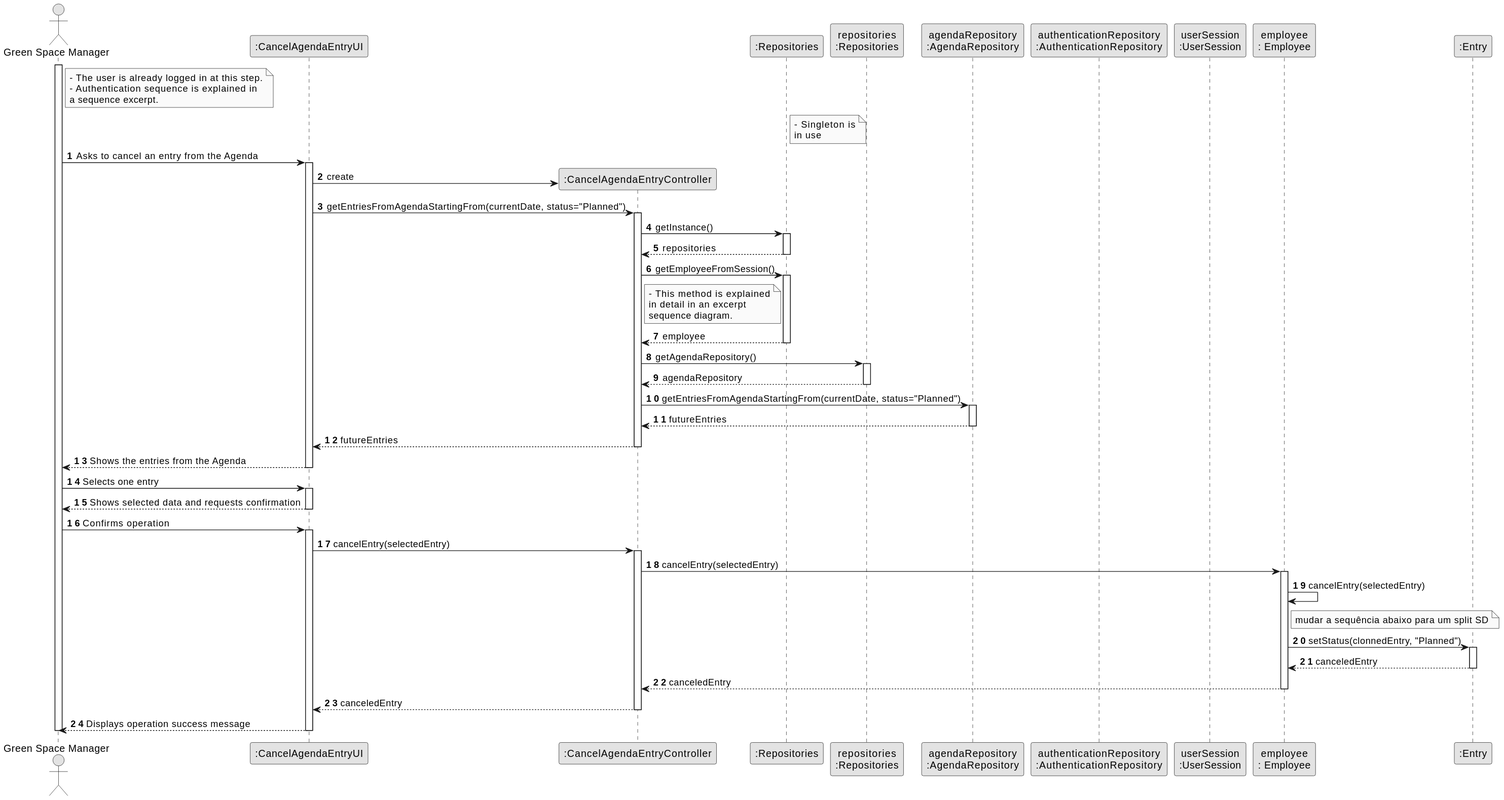
Earlier version of the PlantUML export docs/sprintC/us25/03.design/svg/us25-sequence-diagram-full.svg (Paulo-Pereira-at-ISEP/lei-24-s2-1nanb-g321).
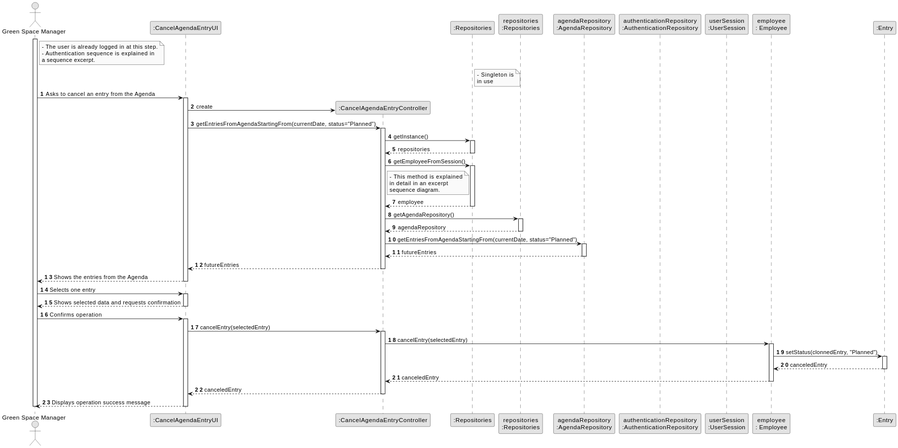
After the commit.

The edit, as a diff of the source:
```diff
@@ -102,13 +102,6 @@
 
                     activate MGR
 
-
-                        MGR -> MGR : cancelEntry(selectedEntry)
-
-                        note right MGR
-                        mudar a sequência abaixo para um split SD
-                        end note
-
                         MGR -> entry :setStatus(clonnedEntry, "Planned")
 
                         activate entry
```
